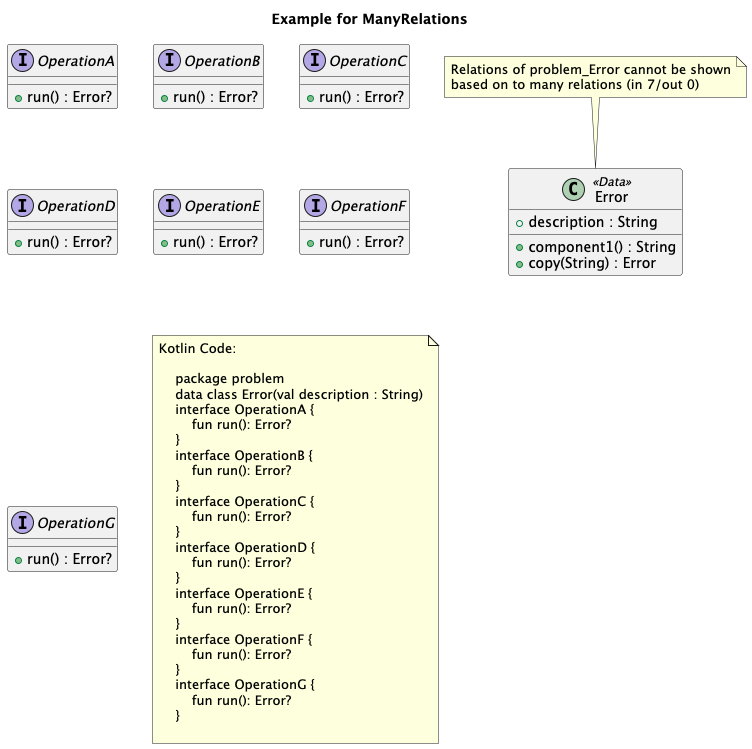
The PlantUML diagram doc/plantuml/ManyRelations.png in Tosaa/ksp-plantuml, before a commit. Its diagram source:
```plantuml
@startuml
title Example for ManyRelations

    class "Error" as problem_Error <<Data>>{
        + description : String
		+ component1() : String
		+ copy(String) : Error
    }


    interface "OperationA" as problem_OperationA {
        + run() : Error?
    }


    interface "OperationB" as problem_OperationB {
        + run() : Error?
    }


    interface "OperationC" as problem_OperationC {
        + run() : Error?
    }


    interface "OperationD" as problem_OperationD {
        + run() : Error?
    }


    interface "OperationE" as problem_OperationE {
        + run() : Error?
    }


    interface "OperationF" as problem_OperationF {
        + run() : Error?
    }


    interface "OperationG" as problem_OperationG {
        + run() : Error?
    }


note top of problem_Error
Relations of problem_Error cannot be shown
based on to many relations (in 7/out 0)
end note

note as note_of_code
Kotlin Code:

    package problem
    data class Error(val description : String)
    interface OperationA {
        fun run(): Error?
    }
    interface OperationB {
        fun run(): Error?
    }
    interface OperationC {
        fun run(): Error?
    }
    interface OperationD {
        fun run(): Error?
    }
    interface OperationE {
        fun run(): Error?
    }
    interface OperationF {
        fun run(): Error?
    }
    interface OperationG {
        fun run(): Error?
    }

end note

@enduml
```
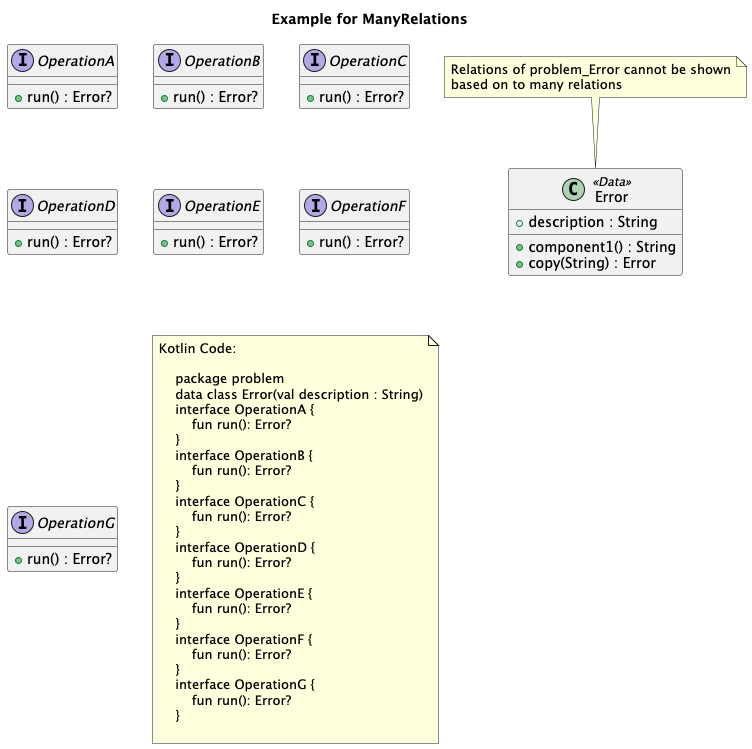
The same file after the commit.

Commit message:
Update Doc/ Readme and the note that is shown when mroe than 6 relations are present

Change to the diagram source:
```diff
@@ -45,7 +45,7 @@
 
 note top of problem_Error
 Relations of problem_Error cannot be shown
-based on to many relations (in 7/out 0)
+based on to many relations
 end note
 
 note as note_of_code
```
